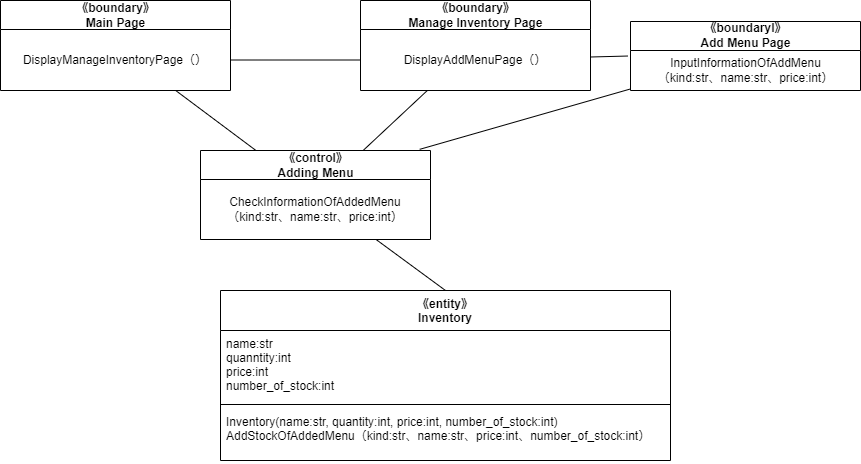
This is psp4/設計モデルのクラス/設計モデルクラス図_新メニュー.drawio.png from MasakiHiguchi/---, a draw.io export, as it was before one commit. Source tidied: cells renumbered, new cells last; positions are measured from the earlier drawing's top-left corner, leaving out a move shared by most shapes. Source of this version:
```xml
<mxGraphModel>
  <root>
    <mxCell id="0" />
    <mxCell id="1" parent="0" />
    <mxCell id="2" value="《entity》&#10;Inventory" style="swimlane;fontStyle=1;align=center;verticalAlign=top;horizontal=1;startSize=40;" parent="1" vertex="1">
      <mxGeometry x="220" y="290" width="450" height="170" as="geometry" />
    </mxCell>
    <mxCell id="3" value="name:str&#10;quanntity:int&#10;price:int&#10;number_of_stock:int" style="text;strokeColor=none;fillColor=none;align=left;verticalAlign=top;spacingLeft=4;spacingRight=4;overflow=hidden;" parent="2" vertex="1">
      <mxGeometry y="40" width="450" height="70" as="geometry" />
    </mxCell>
    <mxCell id="4" style="line;strokeWidth=1;fillColor=none;align=left;verticalAlign=middle;spacingTop=-1;spacingLeft=3;spacingRight=3;labelPosition=right;strokeColor=inherit;" parent="2" vertex="1">
      <mxGeometry y="110" width="450" height="8" as="geometry" />
    </mxCell>
    <mxCell id="5" value="Inventory(name:str, quantity:int, price:int, number_of_stock:int)&#10;AddStockOfAddedMenu（kind:str、name:str、price:int、number_of_stock:int）" style="text;strokeColor=none;fillColor=none;align=left;verticalAlign=top;spacingLeft=4;spacingRight=4;overflow=hidden;" parent="2" vertex="1">
      <mxGeometry y="118" width="450" height="52" as="geometry" />
    </mxCell>
    <mxCell id="6" style="edgeStyle=none;html=1;entryX=0.5;entryY=0;entryDx=0;entryDy=0;endArrow=none;endFill=0;" parent="1" edge="1" source="7" target="2">
      <mxGeometry relative="1" as="geometry" />
    </mxCell>
    <mxCell id="7" value="《control》&lt;br&gt;Adding Menu" style="swimlane;fontStyle=1;align=center;verticalAlign=middle;horizontal=1;startSize=29;html=1;" parent="1" vertex="1">
      <mxGeometry x="200" y="150" width="230" height="89" as="geometry" />
    </mxCell>
    <mxCell id="8" value="CheckInformationOfAddedMenu&lt;br&gt;（kind:str、name:str、price:int）" style="text;html=1;strokeColor=none;fillColor=none;align=center;verticalAlign=middle;spacingLeft=4;spacingRight=4;overflow=hidden;" parent="7" vertex="1">
      <mxGeometry y="29" width="230" height="60" as="geometry" />
    </mxCell>
    <mxCell id="9" style="edgeStyle=none;html=1;endArrow=none;endFill=0;" parent="1" edge="1" source="10" target="7">
      <mxGeometry relative="1" as="geometry" />
    </mxCell>
    <mxCell id="10" value="《boundary》&lt;br&gt;Main Page" style="swimlane;fontStyle=1;align=center;verticalAlign=middle;horizontal=1;startSize=29;html=1;" parent="1" vertex="1">
      <mxGeometry width="230" height="90" as="geometry" />
    </mxCell>
    <mxCell id="11" value="DisplayManageInventoryPage（）" style="text;html=1;strokeColor=none;fillColor=none;align=center;verticalAlign=middle;spacingLeft=4;spacingRight=4;overflow=hidden;points=[[0,0.5],[1,0.5]];portConstraint=eastwest;" parent="10" vertex="1">
      <mxGeometry y="29" width="230" height="61" as="geometry" />
    </mxCell>
    <mxCell id="12" style="edgeStyle=none;html=1;endArrow=none;endFill=0;" parent="1" edge="1" source="13" target="7">
      <mxGeometry relative="1" as="geometry" />
    </mxCell>
    <mxCell id="13" value="《boundary》&lt;br&gt;Manage Inventory Page" style="swimlane;fontStyle=1;align=center;verticalAlign=middle;horizontal=1;startSize=29;html=1;" parent="1" vertex="1">
      <mxGeometry x="360" width="230" height="90" as="geometry" />
    </mxCell>
    <mxCell id="14" value="DisplayAddMenuPage（）" style="text;html=1;strokeColor=none;fillColor=none;align=center;verticalAlign=middle;spacingLeft=4;spacingRight=4;overflow=hidden;points=[[0,0.5],[1,0.5]];portConstraint=eastwest;" parent="13" vertex="1">
      <mxGeometry y="29" width="230" height="61" as="geometry" />
    </mxCell>
    <mxCell id="15" style="edgeStyle=none;html=1;endArrow=none;endFill=0;entryX=0.953;entryY=-0.013;entryDx=0;entryDy=0;entryPerimeter=0;" parent="1" edge="1" source="16" target="7">
      <mxGeometry relative="1" as="geometry" />
    </mxCell>
    <mxCell id="16" value="《boundaryl》&lt;br&gt;Add Menu Page" style="swimlane;fontStyle=1;align=center;verticalAlign=middle;horizontal=1;startSize=29;html=1;" parent="1" vertex="1">
      <mxGeometry x="630" y="21" width="230" height="69" as="geometry" />
    </mxCell>
    <mxCell id="17" value="InputInformationOfAddMenu&lt;br&gt;（kind:str、name:str、price:int）" style="text;html=1;align=center;verticalAlign=middle;points=[];strokeColor=none;fillColor=none;" parent="16" vertex="1">
      <mxGeometry y="29" width="230" height="40" as="geometry" />
    </mxCell>
    <mxCell id="18" style="edgeStyle=none;html=1;entryX=0;entryY=0.5;entryDx=0;entryDy=0;endArrow=none;endFill=0;" parent="1" edge="1" source="11" target="14">
      <mxGeometry relative="1" as="geometry" />
    </mxCell>
    <mxCell id="19" style="edgeStyle=none;html=1;entryX=-0.011;entryY=0.138;entryDx=0;entryDy=0;endArrow=none;endFill=0;entryPerimeter=0;" parent="1" edge="1" source="14" target="17">
      <mxGeometry relative="1" as="geometry" />
    </mxCell>
  </root>
</mxGraphModel>
```
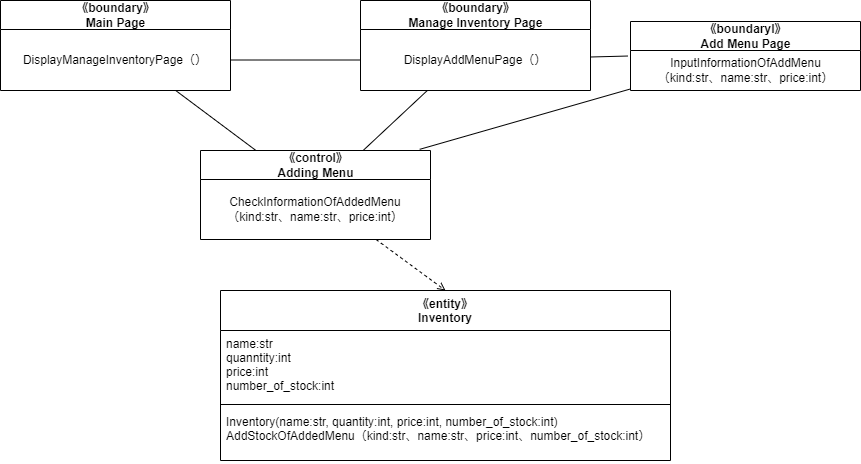
Above is the later version.

Diff of the diagram source:
```diff
@@ -14,7 +14,7 @@
     <mxCell id="5" value="Inventory(name:str, quantity:int, price:int, number_of_stock:int)&#10;AddStockOfAddedMenu（kind:str、name:str、price:int、number_of_stock:int）" style="text;strokeColor=none;fillColor=none;align=left;verticalAlign=top;spacingLeft=4;spacingRight=4;overflow=hidden;" parent="2" vertex="1">
       <mxGeometry y="118" width="450" height="52" as="geometry" />
     </mxCell>
-    <mxCell id="6" style="edgeStyle=none;html=1;entryX=0.5;entryY=0;entryDx=0;entryDy=0;endArrow=none;endFill=0;" parent="1" edge="1" source="7" target="2">
+    <mxCell id="6" style="edgeStyle=none;html=1;entryX=0.5;entryY=0;entryDx=0;entryDy=0;endArrow=open;endFill=0;dashed=1;startArrow=none;startFill=0;" parent="1" edge="1" source="7" target="2">
       <mxGeometry relative="1" as="geometry" />
     </mxCell>
     <mxCell id="7" value="《control》&lt;br&gt;Adding Menu" style="swimlane;fontStyle=1;align=center;verticalAlign=middle;horizontal=1;startSize=29;html=1;" parent="1" vertex="1">
```
